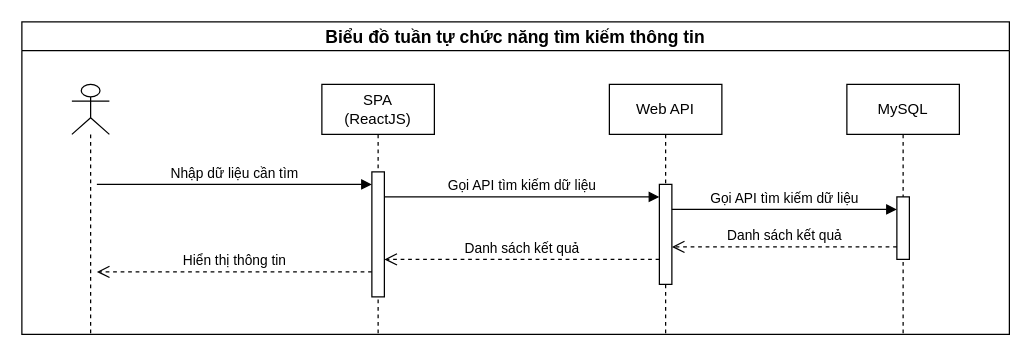
Above: document/Sequences/SequencesTimKiemThongTin.drawio in toniiplaycode/DNC-Learning (draw.io), before the change. Source tidied: cells renumbered, new cells numbered last; positions are measured from the earlier drawing's top-left corner, leaving out a move shared by most shapes. Both pictures are drawn from the tidied source at 125%, with x=0, y=0 at pixel (21, 21).
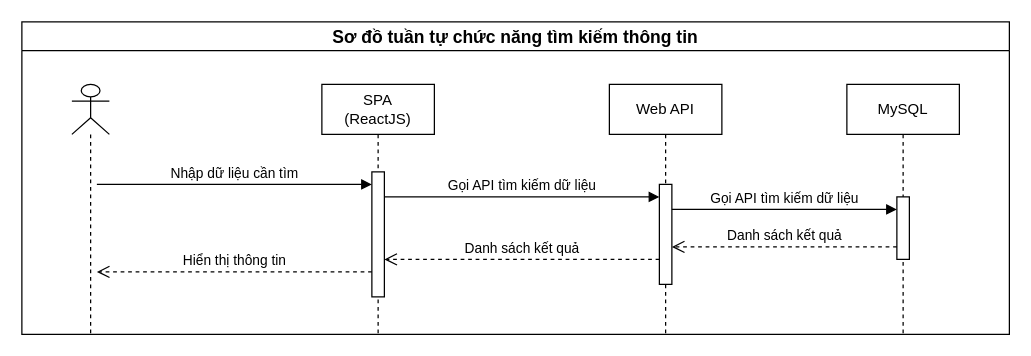
Above is the later version.

What changed in the source:
```diff
@@
-    <mxCell id="2" value="Biểu đồ tuần tự chức năng tìm kiếm thông tin" style="swimlane;whiteSpace=wrap;html=1;startSize=23;fontSize=14;" parent="1" vertex="1">
+    <mxCell id="2" value="Sơ đồ tuần tự chức năng tìm kiếm thông tin" style="swimlane;whiteSpace=wrap;html=1;startSize=23;fontSize=14;" parent="1" vertex="1">
       <mxGeometry width="790" height="250" as="geometry" />
     </mxCell>
```
